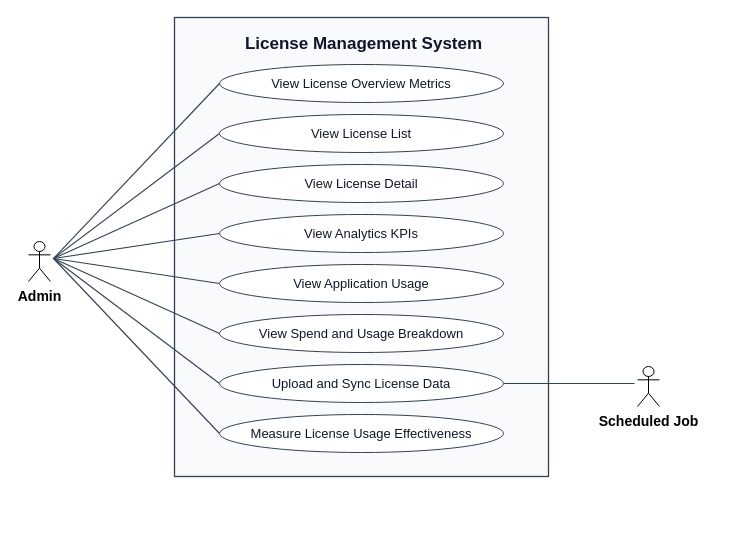
Earlier version of the draw.io diagram docs/diagrams/out/uc_license_management.drawio (cuonglpv/VFast). Source tidied: cells renumbered, new cells numbered last; positions are measured from the earlier drawing's top-left corner, leaving out a move shared by most shapes. Both pictures are drawn from the tidied source at 100%, with x=0, y=0 at pixel (28, 17).
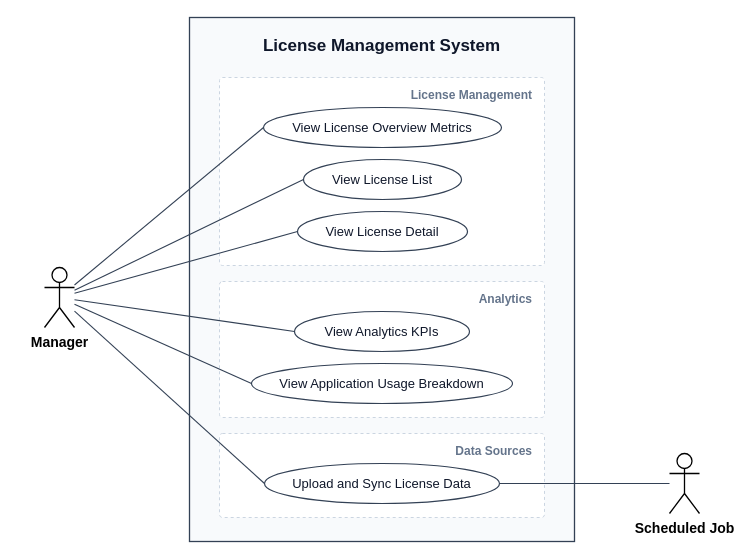
After the change.

Diff of the diagram source:
```diff
@@
-    <mxCell id="2" style="rounded=0;arcSize=0;absoluteArcSize=1;whiteSpace=wrap;html=1;fillColor=#F8FAFC;strokeColor=#334155;strokeWidth=1.3;fontSize=13;fontColor=#000000;align=center;verticalAlign=middle;" parent="1" vertex="1">
-      <mxGeometry x="146" width="374" height="459" as="geometry" />
-    </mxCell>
-    <mxCell id="3" value="License Management System" style="text;html=1;whiteSpace=nowrap;align=center;verticalAlign=top;spacing=0;fontSize=17;fontColor=#0f172a;fontStyle=1;" parent="1" vertex="1">
-      <mxGeometry x="217.5" y="12" width="235" height="21" as="geometry" />
+    <mxCell id="3" value="License Management System" style="rounded=0;whiteSpace=wrap;html=1;fillColor=#F8FAFC;strokeColor=#334155;strokeWidth=1.3;verticalAlign=top;fontSize=17;fontStyle=1;fontColor=#0f172a;spacingTop=12;fontFamily=Arial;" parent="1" vertex="1">
+      <mxGeometry x="161" width="385" height="524" as="geometry" />
     </mxCell>
-    <mxCell id="4" value="Admin" style="shape=umlActor;html=1;verticalLabelPosition=bottom;verticalAlign=top;labelPosition=center;align=center;fontSize=14;fontStyle=1;" parent="1" vertex="1">
-      <mxGeometry y="224" width="22" height="40" as="geometry" />
-    </mxCell>
+    <mxCell id="23" value="License Management" style="rounded=1;arcSize=6;absoluteArcSize=1;whiteSpace=wrap;html=1;fillColor=#ffffff;strokeColor=#CBD5E1;dashed=1;strokeWidth=1;verticalAlign=top;align=right;spacingRight=10;spacingTop=4;fontSize=12;fontStyle=1;fontColor=#64748B;fontFamily=Arial;" parent="1" vertex="1">
+      <mxGeometry x="191" y="60" width="325" height="188" as="geometry" />
+    </mxCell>
+    <mxCell id="24" value="Analytics" style="rounded=1;arcSize=6;absoluteArcSize=1;whiteSpace=wrap;html=1;fillColor=#ffffff;strokeColor=#CBD5E1;dashed=1;strokeWidth=1;verticalAlign=top;align=right;spacingRight=10;spacingTop=4;fontSize=12;fontStyle=1;fontColor=#64748B;fontFamily=Arial;" parent="1" vertex="1">
+      <mxGeometry x="191" y="264" width="325" height="136" as="geometry" />
+    </mxCell>
+    <mxCell id="25" value="Data Sources" style="rounded=1;arcSize=6;absoluteArcSize=1;whiteSpace=wrap;html=1;fillColor=#ffffff;strokeColor=#CBD5E1;dashed=1;strokeWidth=1;verticalAlign=top;align=right;spacingRight=10;spacingTop=4;fontSize=12;fontStyle=1;fontColor=#64748B;fontFamily=Arial;" parent="1" vertex="1">
+      <mxGeometry x="191" y="416" width="325" height="84" as="geometry" />
+    </mxCell>
+    <mxCell id="26" value="Manager" style="shape=umlActor;verticalLabelPosition=bottom;verticalAlign=top;html=1;outlineConnect=0;fontSize=14;fontStyle=1;fontFamily=Arial;strokeWidth=1.3;" parent="1" vertex="1">
+      <mxGeometry x="16" y="250" width="30" height="60" as="geometry" />
+    </mxCell>
+    <mxCell id="15" value="View License Overview Metrics" style="ellipse;whiteSpace=wrap;html=1;fillColor=#ffffff;strokeColor=#334155;strokeWidth=1.2;fontSize=13;fontColor=#0f172a;fontFamily=Arial;" parent="1" vertex="1">
+      <mxGeometry x="235" y="90" width="238" height="40" as="geometry" />
+    </mxCell>
+    <mxCell id="27" style="endArrow=none;html=1;rounded=0;strokeColor=#334155;strokeWidth=1.1;entryX=0;entryY=0.5;entryDx=0;entryDy=0;" parent="1" edge="1" source="26" target="15">
+      <mxGeometry relative="1" as="geometry" />
+    </mxCell>
+    <mxCell id="16" value="View License List" style="ellipse;whiteSpace=wrap;html=1;fillColor=#ffffff;strokeColor=#334155;strokeWidth=1.2;fontSize=13;fontColor=#0f172a;fontFamily=Arial;" parent="1" vertex="1">
+      <mxGeometry x="275" y="142" width="158" height="40" as="geometry" />
+    </mxCell>
+    <mxCell id="28" style="endArrow=none;html=1;rounded=0;strokeColor=#334155;strokeWidth=1.1;entryX=0;entryY=0.5;entryDx=0;entryDy=0;" parent="1" edge="1" source="26" target="16">
+      <mxGeometry relative="1" as="geometry" />
+    </mxCell>
+    <mxCell id="17" value="View License Detail" style="ellipse;whiteSpace=wrap;html=1;fillColor=#ffffff;strokeColor=#334155;strokeWidth=1.2;fontSize=13;fontColor=#0f172a;fontFamily=Arial;" parent="1" vertex="1">
+      <mxGeometry x="269" y="194" width="170" height="40" as="geometry" />
+    </mxCell>
+    <mxCell id="29" style="endArrow=none;html=1;rounded=0;strokeColor=#334155;strokeWidth=1.1;entryX=0;entryY=0.5;entryDx=0;entryDy=0;" parent="1" edge="1" source="26" target="17">
+      <mxGeometry relative="1" as="geometry" />
+    </mxCell>
+    <mxCell id="18" value="View Analytics KPIs" style="ellipse;whiteSpace=wrap;html=1;fillColor=#ffffff;strokeColor=#334155;strokeWidth=1.2;fontSize=13;fontColor=#0f172a;fontFamily=Arial;" parent="1" vertex="1">
+      <mxGeometry x="266" y="294" width="175" height="40" as="geometry" />
+    </mxCell>
+    <mxCell id="30" style="endArrow=none;html=1;rounded=0;strokeColor=#334155;strokeWidth=1.1;entryX=0;entryY=0.5;entryDx=0;entryDy=0;" parent="1" edge="1" source="26" target="18">
+      <mxGeometry relative="1" as="geometry" />
+    </mxCell>
+    <mxCell id="31" value="View Application Usage Breakdown" style="ellipse;whiteSpace=wrap;html=1;fillColor=#ffffff;strokeColor=#334155;strokeWidth=1.2;fontSize=13;fontColor=#0f172a;fontFamily=Arial;" parent="1" vertex="1">
+      <mxGeometry x="223" y="346" width="261" height="40" as="geometry" />
+    </mxCell>
+    <mxCell id="32" style="endArrow=none;html=1;rounded=0;strokeColor=#334155;strokeWidth=1.1;entryX=0;entryY=0.5;entryDx=0;entryDy=0;" parent="1" edge="1" source="26" target="31">
+      <mxGeometry relative="1" as="geometry" />
+    </mxCell>
+    <mxCell id="21" value="Upload and Sync License Data" style="ellipse;whiteSpace=wrap;html=1;fillColor=#ffffff;strokeColor=#334155;strokeWidth=1.2;fontSize=13;fontColor=#0f172a;fontFamily=Arial;" parent="1" vertex="1">
+      <mxGeometry x="236" y="446" width="235" height="40" as="geometry" />
+    </mxCell>
+    <mxCell id="33" style="endArrow=none;html=1;rounded=0;strokeColor=#334155;strokeWidth=1.1;entryX=0;entryY=0.5;entryDx=0;entryDy=0;" parent="1" edge="1" source="26" target="21">
+      <mxGeometry relative="1" as="geometry" />
+    </mxCell>
-    <mxCell id="5" value="Scheduled Job" style="shape=umlActor;html=1;verticalLabelPosition=bottom;verticalAlign=top;labelPosition=center;align=center;outlineConnect=0;fontSize=14;fontStyle=1;" parent="1" vertex="1">
-      <mxGeometry x="609" y="349" width="22" height="40" as="geometry" />
+    <mxCell id="5" value="Scheduled Job" style="shape=umlActor;verticalLabelPosition=bottom;verticalAlign=top;html=1;outlineConnect=0;fontSize=14;fontStyle=1;fontFamily=Arial;strokeWidth=1.3;" parent="1" vertex="1">
+      <mxGeometry x="641" y="436" width="30" height="60" as="geometry" />
     </mxCell>
-    <mxCell id="6" style="html=1;rounded=0;endArrow=none;endFill=0;startArrow=none;startFill=0;strokeColor=#334155;strokeWidth=1.1;" parent="1" edge="1">
-      <mxGeometry relative="1" as="geometry">
-        <mxPoint x="25" y="241" as="sourcePoint" />
-        <mxPoint x="191" y="66" as="targetPoint" />
-      </mxGeometry>
-    </mxCell>
-    <mxCell id="7" style="html=1;rounded=0;endArrow=none;endFill=0;startArrow=none;startFill=0;strokeColor=#334155;strokeWidth=1.1;" parent="1" edge="1">
-      <mxGeometry relative="1" as="geometry">
-        <mxPoint x="25" y="241" as="sourcePoint" />
-        <mxPoint x="191" y="116" as="targetPoint" />
-      </mxGeometry>
-    </mxCell>
-    <mxCell id="8" style="html=1;rounded=0;endArrow=none;endFill=0;startArrow=none;startFill=0;strokeColor=#334155;strokeWidth=1.1;" parent="1" edge="1">
-      <mxGeometry relative="1" as="geometry">
-        <mxPoint x="25" y="241" as="sourcePoint" />
-        <mxPoint x="191" y="166" as="targetPoint" />
-      </mxGeometry>
-    </mxCell>
-    <mxCell id="9" style="html=1;rounded=0;endArrow=none;endFill=0;startArrow=none;startFill=0;strokeColor=#334155;strokeWidth=1.1;" parent="1" edge="1">
-      <mxGeometry relative="1" as="geometry">
-        <mxPoint x="25" y="241" as="sourcePoint" />
-        <mxPoint x="191" y="216" as="targetPoint" />
-      </mxGeometry>
-    </mxCell>
-    <mxCell id="10" style="html=1;rounded=0;endArrow=none;endFill=0;startArrow=none;startFill=0;strokeColor=#334155;strokeWidth=1.1;" parent="1" edge="1">
-      <mxGeometry relative="1" as="geometry">
-        <mxPoint x="25" y="241" as="sourcePoint" />
-        <mxPoint x="191" y="266" as="targetPoint" />
-      </mxGeometry>
-    </mxCell>
-    <mxCell id="11" style="html=1;rounded=0;endArrow=none;endFill=0;startArrow=none;startFill=0;strokeColor=#334155;strokeWidth=1.1;" parent="1" edge="1">
-      <mxGeometry relative="1" as="geometry">
-        <mxPoint x="25" y="241" as="sourcePoint" />
-        <mxPoint x="191" y="316" as="targetPoint" />
-      </mxGeometry>
-    </mxCell>
-    <mxCell id="12" style="html=1;rounded=0;endArrow=none;endFill=0;startArrow=none;startFill=0;strokeColor=#334155;strokeWidth=1.1;" parent="1" edge="1">
-      <mxGeometry relative="1" as="geometry">
-        <mxPoint x="25" y="241" as="sourcePoint" />
-        <mxPoint x="191" y="366" as="targetPoint" />
-      </mxGeometry>
-    </mxCell>
-    <mxCell id="13" style="html=1;rounded=0;endArrow=none;endFill=0;startArrow=none;startFill=0;strokeColor=#334155;strokeWidth=1.1;" parent="1" edge="1">
-      <mxGeometry relative="1" as="geometry">
-        <mxPoint x="25" y="241" as="sourcePoint" />
-        <mxPoint x="191" y="416" as="targetPoint" />
-      </mxGeometry>
-    </mxCell>
-    <mxCell id="14" style="html=1;rounded=0;endArrow=none;endFill=0;startArrow=none;startFill=0;strokeColor=#334155;strokeWidth=1.1;" parent="1" edge="1">
-      <mxGeometry relative="1" as="geometry">
-        <mxPoint x="475" y="366" as="sourcePoint" />
-        <mxPoint x="606" y="366" as="targetPoint" />
-      </mxGeometry>
-    </mxCell>
-    <mxCell id="15" value="View License Overview Metrics" style="ellipse;whiteSpace=wrap;html=1;fillColor=#ffffff;strokeColor=#334155;fontSize=13;fontColor=#0f172a;" parent="1" vertex="1">
-      <mxGeometry x="191" y="47" width="284" height="38" as="geometry" />
-    </mxCell>
-    <mxCell id="16" value="View License List" style="ellipse;whiteSpace=wrap;html=1;fillColor=#ffffff;strokeColor=#334155;fontSize=13;fontColor=#0f172a;" parent="1" vertex="1">
-      <mxGeometry x="191" y="97" width="284" height="38" as="geometry" />
-    </mxCell>
-    <mxCell id="17" value="View License Detail" style="ellipse;whiteSpace=wrap;html=1;fillColor=#ffffff;strokeColor=#334155;fontSize=13;fontColor=#0f172a;" parent="1" vertex="1">
-      <mxGeometry x="191" y="147" width="284" height="38" as="geometry" />
-    </mxCell>
-    <mxCell id="18" value="View Analytics KPIs" style="ellipse;whiteSpace=wrap;html=1;fillColor=#ffffff;strokeColor=#334155;fontSize=13;fontColor=#0f172a;" parent="1" vertex="1">
-      <mxGeometry x="191" y="197" width="284" height="38" as="geometry" />
-    </mxCell>
-    <mxCell id="19" value="View Application Usage" style="ellipse;whiteSpace=wrap;html=1;fillColor=#ffffff;strokeColor=#334155;fontSize=13;fontColor=#0f172a;" parent="1" vertex="1">
-      <mxGeometry x="191" y="247" width="284" height="38" as="geometry" />
-    </mxCell>
-    <mxCell id="20" value="View Spend and Usage Breakdown" style="ellipse;whiteSpace=wrap;html=1;fillColor=#ffffff;strokeColor=#334155;fontSize=13;fontColor=#0f172a;" parent="1" vertex="1">
-      <mxGeometry x="191" y="297" width="284" height="38" as="geometry" />
-    </mxCell>
-    <mxCell id="21" value="Upload and Sync License Data" style="ellipse;whiteSpace=wrap;html=1;fillColor=#ffffff;strokeColor=#334155;fontSize=13;fontColor=#0f172a;" parent="1" vertex="1">
-      <mxGeometry x="191" y="347" width="284" height="38" as="geometry" />
-    </mxCell>
-    <mxCell id="22" value="Measure License Usage Effectiveness" style="ellipse;whiteSpace=wrap;html=1;fillColor=#ffffff;strokeColor=#334155;fontSize=13;fontColor=#0f172a;" parent="1" vertex="1">
-      <mxGeometry x="191" y="397" width="284" height="38" as="geometry" />
-    </mxCell>
+    <mxCell id="34" style="endArrow=none;html=1;rounded=0;strokeColor=#334155;strokeWidth=1.1;exitX=0;exitY=0.5;exitDx=0;exitDy=0;entryX=1;entryY=0.5;entryDx=0;entryDy=0;" parent="1" edge="1" source="5" target="21">
+      <mxGeometry relative="1" as="geometry" />
+    </mxCell>
```
